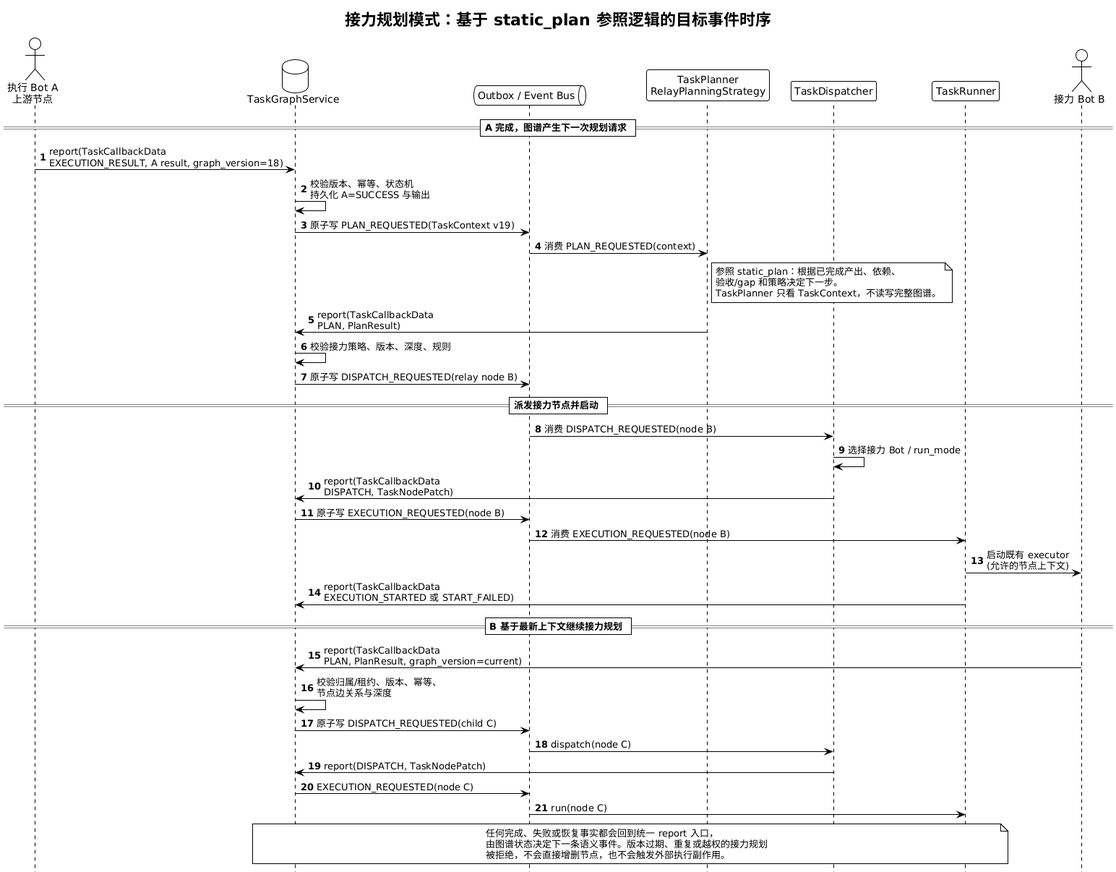
inclusionAI/Avernet keeps this PlantUML diagram as src/backend/specs/2026-09-10-task-module-boundary-and-strategy-extensibility/relay-execution-sequence.png. Above is the earlier version.
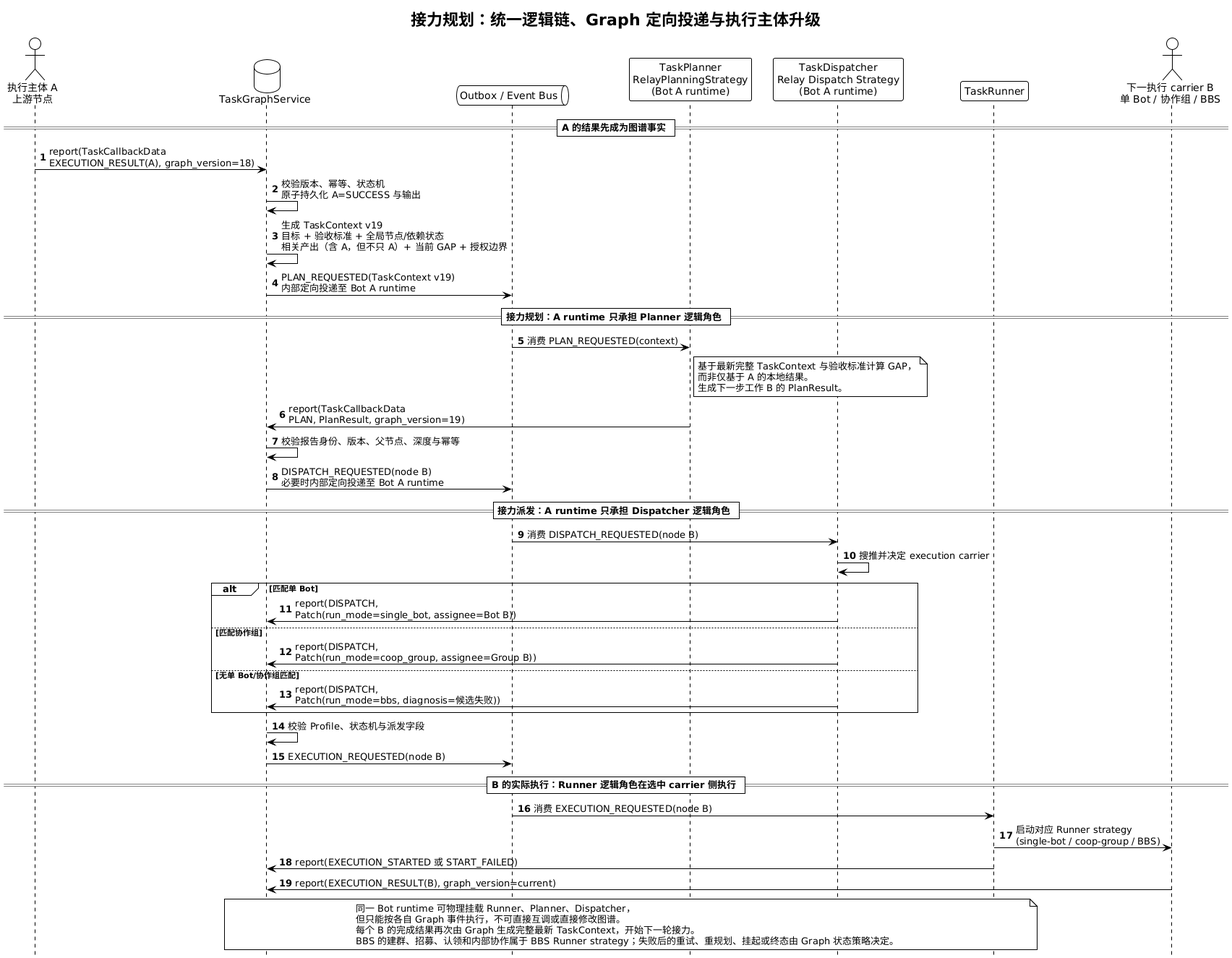
After the commit.

Change to the diagram source:
```diff
@@ -3,54 +3,57 @@
 autonumber
 hide footbox
 
-title 接力规划模式：基于 static_plan 参照逻辑的目标事件时序
+title 接力规划：统一逻辑链、Graph 定向投递与执行主体升级
 
-actor "执行 Bot A\n上游节点" as bot_a
+actor "执行主体 A\n上游节点" as carrier_a
 database "TaskGraphService" as graph
 queue "Outbox / Event Bus" as events
-participant "TaskPlanner\nRelayPlanningStrategy" as planner
-participant "TaskDispatcher" as dispatcher
+participant "TaskPlanner\nRelayPlanningStrategy\n(Bot A runtime)" as planner_a
+participant "TaskDispatcher\nRelay Dispatch Strategy\n(Bot A runtime)" as dispatcher_a
 participant "TaskRunner" as runner
-actor "接力 Bot B" as bot_b
+actor "下一执行 carrier B\n单 Bot / 协作组 / BBS" as carrier_b
 
-== A 完成，图谱产生下一次规划请求 ==
-bot_a -> graph : report(TaskCallbackData\nEXECUTION_RESULT, A result, graph_version=18)
-graph -> graph : 校验版本、幂等、状态机\n持久化 A=SUCCESS 与输出
-graph -> events : 原子写 PLAN_REQUESTED(TaskContext v19)
-events -> planner : 消费 PLAN_REQUESTED(context)
+== A 的结果先成为图谱事实 ==
+carrier_a -> graph : report(TaskCallbackData\nEXECUTION_RESULT(A), graph_version=18)
+graph -> graph : 校验版本、幂等、状态机\n原子持久化 A=SUCCESS 与输出
+graph -> graph : 生成 TaskContext v19\n目标 + 验收标准 + 全局节点/依赖状态\n相关产出（含 A，但不只 A）+ 当前 GAP + 授权边界
+graph -> events : PLAN_REQUESTED(TaskContext v19)\n内部定向投递至 Bot A runtime
 
-note right of planner
-参照 static_plan：根据已完成产出、依赖、
-验收/gap 和策略决定下一步。
-TaskPlanner 只看 TaskContext，不读写完整图谱。
+== 接力规划：A runtime 只承担 Planner 逻辑角色 ==
+events -> planner_a : 消费 PLAN_REQUESTED(context)
+note right of planner_a
+基于最新完整 TaskContext 与验收标准计算 GAP，
+而非仅基于 A 的本地结果。
+生成下一步工作 B 的 PlanResult。
 end note
+planner_a -> graph : report(TaskCallbackData\nPLAN, PlanResult, graph_version=19)
+graph -> graph : 校验报告身份、版本、父节点、深度与幂等
+graph -> events : DISPATCH_REQUESTED(node B)\n必要时内部定向投递至 Bot A runtime
 
-planner -> graph : report(TaskCallbackData\nPLAN, PlanResult)
-graph -> graph : 校验接力策略、版本、深度、规则
-graph -> events : 原子写 DISPATCH_REQUESTED(relay node B)
+== 接力派发：A runtime 只承担 Dispatcher 逻辑角色 ==
+events -> dispatcher_a : 消费 DISPATCH_REQUESTED(node B)
+dispatcher_a -> dispatcher_a : 搜推并决定 execution carrier
+alt 匹配单 Bot
+  dispatcher_a -> graph : report(DISPATCH,\nPatch(run_mode=single_bot, assignee=Bot B))
+else 匹配协作组
+  dispatcher_a -> graph : report(DISPATCH,\nPatch(run_mode=coop_group, assignee=Group B))
+else 无单 Bot/协作组匹配
+  dispatcher_a -> graph : report(DISPATCH,\nPatch(run_mode=bbs, diagnosis=候选失败))
+end
+graph -> graph : 校验 Profile、状态机与派发字段
+graph -> events : EXECUTION_REQUESTED(node B)
 
-== 派发接力节点并启动 ==
-events -> dispatcher : 消费 DISPATCH_REQUESTED(node B)
-dispatcher -> dispatcher : 选择接力 Bot / run_mode
-dispatcher -> graph : report(TaskCallbackData\nDISPATCH, TaskNodePatch)
-graph -> events : 原子写 EXECUTION_REQUESTED(node B)
+== B 的实际执行：Runner 逻辑角色在选中 carrier 侧执行 ==
 events -> runner : 消费 EXECUTION_REQUESTED(node B)
-runner -> bot_b : 启动既有 executor\n(允许的节点上下文)
-runner -> graph : report(TaskCallbackData\nEXECUTION_STARTED 或 START_FAILED)
-
-== B 基于最新上下文继续接力规划 ==
-bot_b -> graph : report(TaskCallbackData\nPLAN, PlanResult, graph_version=current)
-graph -> graph : 校验归属/租约、版本、幂等、\n节点边关系与深度
-graph -> events : 原子写 DISPATCH_REQUESTED(child C)
-events -> dispatcher : dispatch(node C)
-dispatcher -> graph : report(DISPATCH, TaskNodePatch)
-graph -> events : EXECUTION_REQUESTED(node C)
-events -> runner : run(node C)
+runner -> carrier_b : 启动对应 Runner strategy\n(single-bot / coop-group / BBS)
+runner -> graph : report(EXECUTION_STARTED 或 START_FAILED)
+carrier_b -> graph : report(EXECUTION_RESULT(B), graph_version=current)
 
 note over graph,runner
-任何完成、失败或恢复事实都会回到统一 report 入口，
-由图谱状态决定下一条语义事件。版本过期、重复或越权的接力规划
-被拒绝，不会直接增删节点，也不会触发外部执行副作用。
+同一 Bot runtime 可物理挂载 Runner、Planner、Dispatcher，
+但只能按各自 Graph 事件执行，不可直接互调或直接修改图谱。
+每个 B 的完成结果再次由 Graph 生成完整最新 TaskContext，开始下一轮接力。
+BBS 的建群、招募、认领和内部协作属于 BBS Runner strategy；失败后的重试、重规划、挂起或终态由 Graph 状态策略决定。
 end note
 
 @enduml
```
